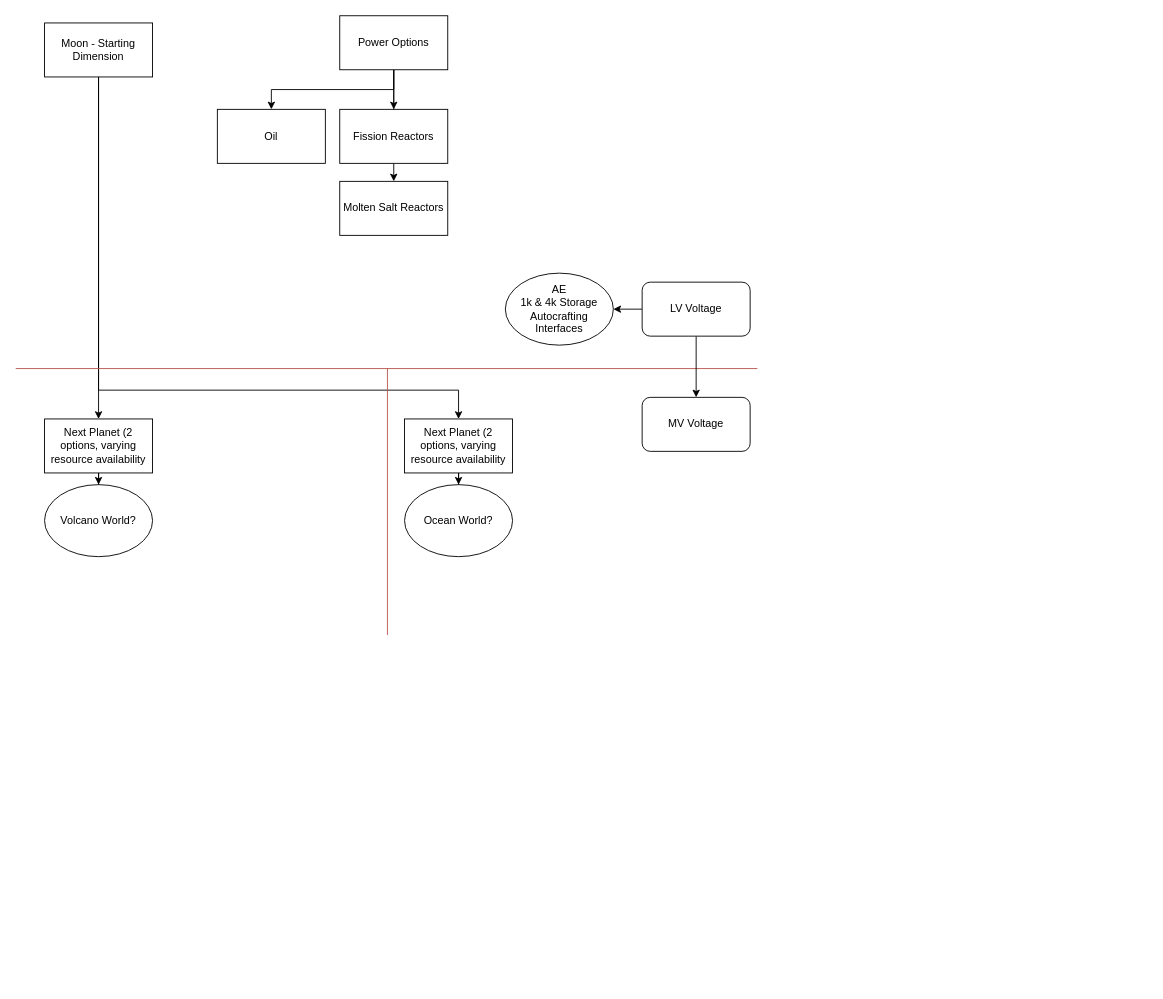
The draw.io diagram StarstruckProgression.drawio in MicahHaack/Starstruck, before the edit. Source tidied: cells renumbered, new cells numbered last; positions are measured from the earlier drawing's top-left corner, leaving out a move shared by most shapes. Both pictures are drawn from the tidied source at 90%, with x=0, y=0 at pixel (15, 15).
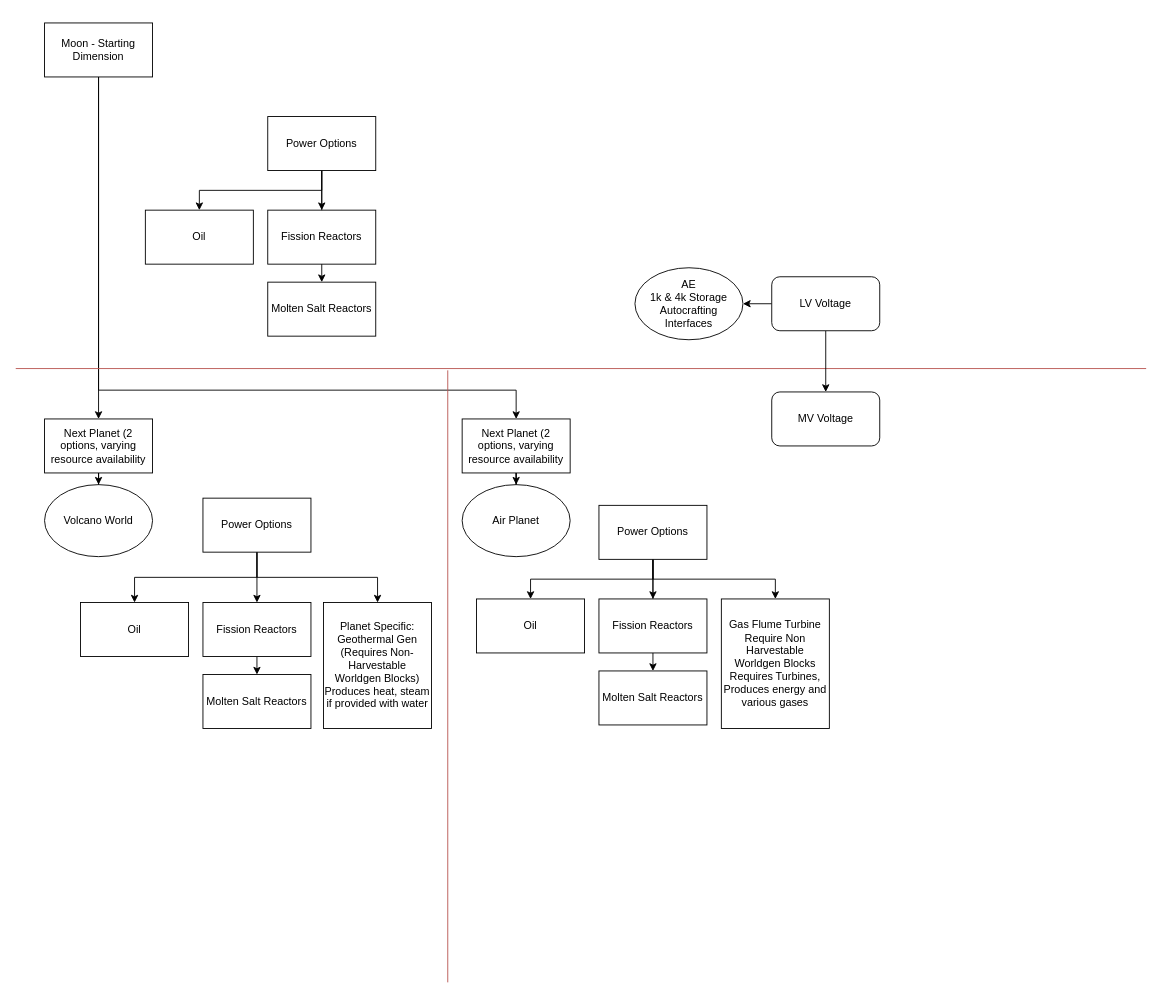
The same diagram, later.

Unchanged cells that the change refers to:
```xml
<mxCell id="4" value="Moon - Starting Dimension" style="rounded=0;whiteSpace=wrap;html=1;" parent="1" vertex="1">
  <mxGeometry x="32" y="8" width="120" height="60" as="geometry" />
</mxCell>
```

What changed in the source:
```diff
@@
     <mxCell id="3" style="edgeStyle=orthogonalEdgeStyle;rounded=0;jettySize=auto;html=1;exitX=0.5;exitY=1;exitDx=0;exitDy=0;" parent="1" edge="1" source="4" target="14">
       <mxGeometry relative="1" as="geometry">
         <Array as="points">
           <mxPoint x="92" y="416" />
-          <mxPoint x="492" y="416" />
+          <mxPoint x="556" y="416" />
         </Array>
       </mxGeometry>
     </mxCell>
@@
     <mxCell id="5" style="endArrow=none;html=1;fillColor=#f8cecc;strokeColor=#b85450;" parent="1" edge="1">
       <mxGeometry relative="1" as="geometry">
         <mxPoint y="392" as="sourcePoint" />
-        <mxPoint x="824" y="392" as="targetPoint" />
+        <mxPoint x="1256" y="392" as="targetPoint" />
       </mxGeometry>
     </mxCell>
@@
     <mxCell id="8" value="LV Voltage" style="rounded=1;whiteSpace=wrap;html=1;" parent="1" vertex="1">
-      <mxGeometry x="696" y="296" width="120" height="60" as="geometry" />
+      <mxGeometry x="840" y="290" width="120" height="60" as="geometry" />
     </mxCell>
     <mxCell id="9" value="MV Voltage" style="rounded=1;whiteSpace=wrap;html=1;" parent="1" vertex="1">
-      <mxGeometry x="696" y="424" width="120" height="60" as="geometry" />
+      <mxGeometry x="840" y="418" width="120" height="60" as="geometry" />
     </mxCell>
@@
     <mxCell id="12" style="endArrow=none;html=1;fillColor=#f8cecc;strokeColor=#b85450;" parent="1" edge="1">
       <mxGeometry relative="1" as="geometry">
-        <mxPoint x="413" y="688" as="sourcePoint" />
-        <mxPoint x="413" y="392" as="targetPoint" />
+        <mxPoint x="480" y="1074" as="sourcePoint" />
+        <mxPoint x="480" y="394" as="targetPoint" />
       </mxGeometry>
     </mxCell>
@@
     <mxCell id="14" value="Next Planet (2 options, varying resource availability&lt;br&gt;" style="rounded=0;whiteSpace=wrap;html=1;" parent="1" vertex="1">
-      <mxGeometry x="432" y="448" width="120" height="60" as="geometry" />
+      <mxGeometry x="496" y="448" width="120" height="60" as="geometry" />
     </mxCell>
     <mxCell id="15" value="AE&lt;br&gt;&lt;div&gt;1k &amp;amp; 4k Storage&lt;/div&gt;&lt;div&gt;Autocrafting Interfaces&lt;br&gt;&lt;/div&gt;" style="ellipse;whiteSpace=wrap;html=1;" parent="1" vertex="1">
-      <mxGeometry x="544" y="286" width="120" height="80" as="geometry" />
+      <mxGeometry x="688" y="280" width="120" height="80" as="geometry" />
     </mxCell>
@@
     <mxCell id="19" value="Power Options" style="rounded=0;whiteSpace=wrap;html=1;" parent="1" vertex="1">
-      <mxGeometry x="360" width="120" height="60" as="geometry" />
+      <mxGeometry x="280" y="112" width="120" height="60" as="geometry" />
     </mxCell>
     <mxCell id="20" value="Oil" style="rounded=0;whiteSpace=wrap;html=1;" parent="1" vertex="1">
-      <mxGeometry x="224" y="104" width="120" height="60" as="geometry" />
+      <mxGeometry x="144" y="216" width="120" height="60" as="geometry" />
     </mxCell>
     <mxCell id="21" value="Fission Reactors" style="rounded=0;whiteSpace=wrap;html=1;" parent="1" vertex="1">
-      <mxGeometry x="360" y="104" width="120" height="60" as="geometry" />
+      <mxGeometry x="280" y="216" width="120" height="60" as="geometry" />
     </mxCell>
     <mxCell id="22" value="Molten Salt Reactors" style="rounded=0;whiteSpace=wrap;html=1;" parent="1" vertex="1">
-      <mxGeometry x="360" y="184" width="120" height="60" as="geometry" />
+      <mxGeometry x="280" y="296" width="120" height="60" as="geometry" />
     </mxCell>
-    <mxCell id="23" value="Volcano World?" style="ellipse;whiteSpace=wrap;html=1;rounded=0;" parent="1" vertex="1">
+    <mxCell id="23" value="Volcano World" style="ellipse;whiteSpace=wrap;html=1;rounded=0;" parent="1" vertex="1">
       <mxGeometry x="32" y="521" width="120" height="80" as="geometry" />
     </mxCell>
-    <mxCell id="24" value="Ocean World?" style="ellipse;whiteSpace=wrap;html=1;rounded=0;" parent="1" vertex="1">
-      <mxGeometry x="432" y="521" width="120" height="80" as="geometry" />
+    <mxCell id="24" value="Air Planet" style="ellipse;whiteSpace=wrap;html=1;rounded=0;" parent="1" vertex="1">
+      <mxGeometry x="496" y="521" width="120" height="80" as="geometry" />
     </mxCell>
+    <mxCell id="25" style="edgeStyle=orthogonalEdgeStyle;rounded=0;jettySize=auto;html=1;exitX=0.5;exitY=1;exitDx=0;exitDy=0;" parent="1" edge="1" source="28" target="29">
+      <mxGeometry relative="1" as="geometry" />
+    </mxCell>
+    <mxCell id="26" style="edgeStyle=orthogonalEdgeStyle;rounded=0;jettySize=auto;html=1;exitX=0.5;exitY=1;exitDx=0;exitDy=0;" parent="1" edge="1" source="28" target="31">
+      <mxGeometry relative="1" as="geometry" />
+    </mxCell>
+    <mxCell id="27" style="edgeStyle=orthogonalEdgeStyle;rounded=0;jettySize=auto;html=1;exitX=0.5;exitY=1;exitDx=0;exitDy=0;entryX=0.5;entryY=0;entryDx=0;entryDy=0;" parent="1" edge="1" source="28" target="33">
+      <mxGeometry relative="1" as="geometry" />
+    </mxCell>
+    <mxCell id="28" value="Power Options" style="rounded=0;whiteSpace=wrap;html=1;" parent="1" vertex="1">
+      <mxGeometry x="208" y="536" width="120" height="60" as="geometry" />
+    </mxCell>
+    <mxCell id="29" value="Oil" style="rounded=0;whiteSpace=wrap;html=1;" parent="1" vertex="1">
+      <mxGeometry x="72" y="652" width="120" height="60" as="geometry" />
+    </mxCell>
+    <mxCell id="30" style="edgeStyle=orthogonalEdgeStyle;rounded=0;jettySize=auto;html=1;exitX=0.5;exitY=1;exitDx=0;exitDy=0;entryX=0.5;entryY=0;entryDx=0;entryDy=0;" parent="1" edge="1" source="31" target="32">
+      <mxGeometry relative="1" as="geometry" />
+    </mxCell>
+    <mxCell id="31" value="Fission Reactors" style="rounded=0;whiteSpace=wrap;html=1;" parent="1" vertex="1">
+      <mxGeometry x="208" y="652" width="120" height="60" as="geometry" />
+    </mxCell>
+    <mxCell id="32" value="Molten Salt Reactors" style="rounded=0;whiteSpace=wrap;html=1;" parent="1" vertex="1">
+      <mxGeometry x="208" y="732" width="120" height="60" as="geometry" />
+    </mxCell>
+    <mxCell id="33" value="&lt;div&gt;Planet Specific:&lt;/div&gt;&lt;div&gt;Geothermal Gen&lt;/div&gt;&lt;div&gt;(Requires Non-Harvestable Worldgen Blocks)&lt;br&gt;Produces heat, steam if provided with water&lt;br&gt;&lt;/div&gt;" style="rounded=0;whiteSpace=wrap;html=1;" parent="1" vertex="1">
+      <mxGeometry x="342" y="652" width="120" height="140" as="geometry" />
+    </mxCell>
+    <mxCell id="34" style="edgeStyle=orthogonalEdgeStyle;rounded=0;jettySize=auto;html=1;exitX=0.5;exitY=1;exitDx=0;exitDy=0;entryX=0.5;entryY=0;entryDx=0;entryDy=0;" parent="1" edge="1" source="38" target="39">
+      <mxGeometry relative="1" as="geometry" />
+    </mxCell>
+    <mxCell id="35" style="edgeStyle=orthogonalEdgeStyle;rounded=0;jettySize=auto;html=1;exitX=0.5;exitY=1;exitDx=0;exitDy=0;entryX=0.5;entryY=0;entryDx=0;entryDy=0;" parent="1" edge="1" source="38" target="40">
+      <mxGeometry relative="1" as="geometry" />
+    </mxCell>
+    <mxCell id="36" style="edgeStyle=orthogonalEdgeStyle;rounded=0;jettySize=auto;html=1;exitX=0.5;exitY=1;exitDx=0;exitDy=0;" parent="1" edge="1" source="38" target="41">
+      <mxGeometry relative="1" as="geometry" />
+    </mxCell>
+    <mxCell id="37" style="edgeStyle=orthogonalEdgeStyle;rounded=0;jettySize=auto;html=1;exitX=0.5;exitY=1;exitDx=0;exitDy=0;entryX=0.5;entryY=0;entryDx=0;entryDy=0;" parent="1" edge="1" source="38" target="42">
+      <mxGeometry relative="1" as="geometry" />
+    </mxCell>
+    <mxCell id="38" value="Power Options" style="rounded=0;whiteSpace=wrap;html=1;" parent="1" vertex="1">
+      <mxGeometry x="648" y="544" width="120" height="60" as="geometry" />
+    </mxCell>
+    <mxCell id="39" value="Oil" style="rounded=0;whiteSpace=wrap;html=1;" parent="1" vertex="1">
+      <mxGeometry x="512" y="648" width="120" height="60" as="geometry" />
+    </mxCell>
+    <mxCell id="40" value="Fission Reactors" style="rounded=0;whiteSpace=wrap;html=1;" parent="1" vertex="1">
+      <mxGeometry x="648" y="648" width="120" height="60" as="geometry" />
+    </mxCell>
+    <mxCell id="41" value="Molten Salt Reactors" style="rounded=0;whiteSpace=wrap;html=1;" parent="1" vertex="1">
+      <mxGeometry x="648" y="728" width="120" height="60" as="geometry" />
+    </mxCell>
+    <mxCell id="42" value="&lt;div&gt;Gas Flume Turbine&lt;/div&gt;&lt;div&gt;Require Non Harvestable Worldgen Blocks&lt;/div&gt;&lt;div&gt;Requires Turbines, Produces energy and various gases&lt;br&gt;&lt;/div&gt;" style="rounded=0;whiteSpace=wrap;html=1;" parent="1" vertex="1">
+      <mxGeometry x="784" y="648" width="120" height="144" as="geometry" />
+    </mxCell>
```
